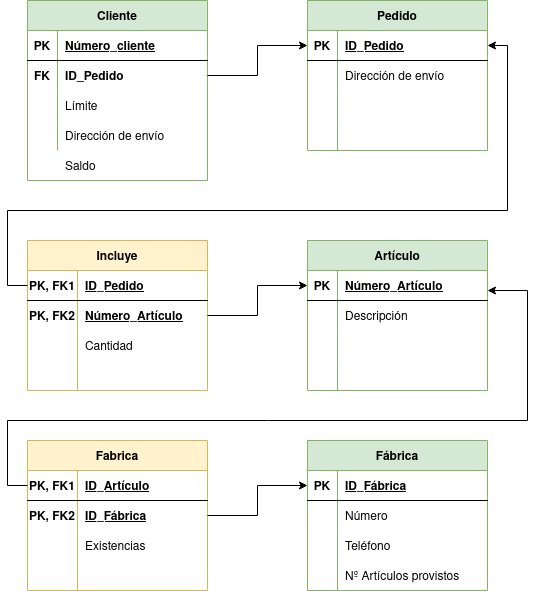
This is TAREAS/Tarea9/Ejercicio_Básico_MR_(3-11).drawio.png from samugd17/base-datos-bae-, a draw.io export, as it was before one commit. Source tidied: cells renumbered, new cells last; positions are measured from the earlier drawing's top-left corner, leaving out a move shared by most shapes.
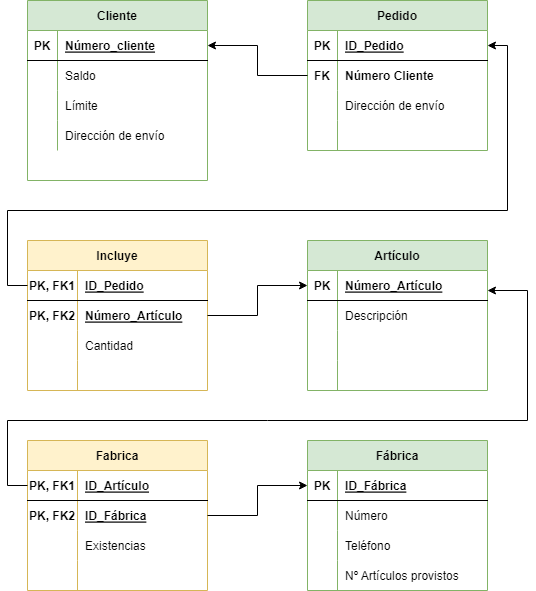
The same diagram one commit later.

Change to the diagram source:
```diff
@@ -17,10 +17,10 @@
     <mxCell id="6" style="shape=tableRow;horizontal=0;startSize=0;swimlaneHead=0;swimlaneBody=0;fillColor=none;points=[[0,0.5],[1,0.5]];portConstraint=eastwest;top=0;left=0;right=0;bottom=0;" parent="2" vertex="1">
       <mxGeometry y="60" width="180" height="30" as="geometry" />
     </mxCell>
-    <mxCell id="7" value="FK" style="shape=partialRectangle;fillColor=none;top=0;left=0;bottom=0;right=0;overflow=hidden;fontStyle=1;" parent="6" vertex="1">
+    <mxCell id="7" style="shape=partialRectangle;fillColor=none;top=0;left=0;bottom=0;right=0;overflow=hidden;fontStyle=1;" parent="6" vertex="1">
       <mxGeometry width="30" height="30" as="geometry" />
     </mxCell>
-    <mxCell id="8" value="ID_Pedido" style="shape=partialRectangle;fillColor=none;top=0;left=0;bottom=0;right=0;align=left;spacingLeft=6;overflow=hidden;fontStyle=1;" parent="6" vertex="1">
+    <mxCell id="8" value="Saldo" style="shape=partialRectangle;fillColor=none;top=0;left=0;bottom=0;right=0;align=left;spacingLeft=6;overflow=hidden;fontStyle=0;" parent="6" vertex="1">
       <mxGeometry x="30" width="150" height="30" as="geometry" />
     </mxCell>
     <mxCell id="9" style="shape=tableRow;horizontal=0;startSize=0;swimlaneHead=0;swimlaneBody=0;fillColor=none;top=0;left=0;right=0;bottom=0;" parent="2" vertex="1">
@@ -53,8 +53,17 @@
     <mxCell id="18" value="ID_Pedido" style="shape=partialRectangle;fillColor=none;top=0;left=0;bottom=0;right=0;align=left;spacingLeft=6;fontStyle=5;overflow=hidden;" parent="16" vertex="1">
       <mxGeometry x="30" width="150" height="30" as="geometry" />
     </mxCell>
+    <mxCell id="22" style="shape=tableRow;horizontal=0;startSize=0;swimlaneHead=0;swimlaneBody=0;fillColor=none;points=[[0,0.5],[1,0.5]];portConstraint=eastwest;top=0;left=0;right=0;bottom=0;" parent="15" vertex="1">
+      <mxGeometry y="60" width="180" height="30" as="geometry" />
+    </mxCell>
+    <mxCell id="23" value="FK" style="shape=partialRectangle;fillColor=none;top=0;left=0;bottom=0;right=0;overflow=hidden;fontStyle=1;" parent="22" vertex="1">
+      <mxGeometry width="30" height="30" as="geometry" />
+    </mxCell>
+    <mxCell id="24" value="Número Cliente" style="shape=partialRectangle;fillColor=none;top=0;left=0;bottom=0;right=0;align=left;spacingLeft=6;overflow=hidden;fontStyle=1;" parent="22" vertex="1">
+      <mxGeometry x="30" width="150" height="30" as="geometry" />
+    </mxCell>
     <mxCell id="19" style="shape=tableRow;horizontal=0;startSize=0;swimlaneHead=0;swimlaneBody=0;fillColor=none;top=0;left=0;right=0;bottom=0;" parent="15" vertex="1">
-      <mxGeometry y="60" width="180" height="30" as="geometry" />
+      <mxGeometry y="90" width="180" height="30" as="geometry" />
     </mxCell>
     <mxCell id="20" style="shape=partialRectangle;fillColor=none;top=0;left=0;bottom=0;right=0;overflow=hidden;" parent="19" vertex="1">
       <mxGeometry width="30" height="30" as="geometry" />
@@ -62,15 +71,6 @@
     <mxCell id="21" value="Dirección de envío" style="shape=partialRectangle;fillColor=none;top=0;left=0;bottom=0;right=0;align=left;spacingLeft=6;overflow=hidden;" parent="19" vertex="1">
       <mxGeometry x="30" width="150" height="30" as="geometry" />
     </mxCell>
-    <mxCell id="22" style="shape=tableRow;horizontal=0;startSize=0;swimlaneHead=0;swimlaneBody=0;fillColor=none;points=[[0,0.5],[1,0.5]];portConstraint=eastwest;top=0;left=0;right=0;bottom=0;" parent="15" vertex="1">
-      <mxGeometry y="90" width="180" height="30" as="geometry" />
-    </mxCell>
-    <mxCell id="23" style="shape=partialRectangle;fillColor=none;top=0;left=0;bottom=0;right=0;overflow=hidden;" parent="22" vertex="1">
-      <mxGeometry width="30" height="30" as="geometry" />
-    </mxCell>
-    <mxCell id="24" style="shape=partialRectangle;fillColor=none;top=0;left=0;bottom=0;right=0;align=left;spacingLeft=6;overflow=hidden;" parent="22" vertex="1">
-      <mxGeometry x="30" width="150" height="30" as="geometry" />
-    </mxCell>
     <mxCell id="25" style="shape=tableRow;horizontal=0;startSize=0;swimlaneHead=0;swimlaneBody=0;fillColor=none;top=0;left=0;right=0;bottom=0;" parent="15" vertex="1">
       <mxGeometry y="120" width="180" height="30" as="geometry" />
     </mxCell>
@@ -80,10 +80,7 @@
     <mxCell id="27" style="shape=partialRectangle;fillColor=none;top=0;left=0;bottom=0;right=0;align=left;spacingLeft=6;overflow=hidden;" parent="25" vertex="1">
       <mxGeometry x="30" width="150" height="30" as="geometry" />
     </mxCell>
-    <mxCell id="28" style="edgeStyle=orthogonalEdgeStyle;rounded=0;jettySize=auto;html=1;entryX=0;entryY=0.5;entryDx=0;entryDy=0;" parent="1" edge="1" source="6" target="16">
-      <mxGeometry relative="1" as="geometry" />
-    </mxCell>
-    <mxCell id="29" value="Saldo" style="shape=partialRectangle;fillColor=none;top=0;left=0;bottom=0;right=0;align=left;spacingLeft=6;overflow=hidden;" parent="1" vertex="1">
+    <mxCell id="29" style="shape=partialRectangle;fillColor=none;top=0;left=0;bottom=0;right=0;align=left;spacingLeft=6;overflow=hidden;" parent="1" vertex="1">
       <mxGeometry x="50" y="150" width="150" height="30" as="geometry" />
     </mxCell>
     <mxCell id="30" value="Artículo" style="shape=table;startSize=30;rowLines=0;fontStyle=1;align=center;fillColor=#d5e8d4;strokeColor=#82b366;" parent="1" vertex="1">
@@ -269,5 +266,8 @@
     <mxCell id="85" style="edgeStyle=orthogonalEdgeStyle;rounded=0;jettySize=auto;html=1;entryX=0;entryY=0.5;entryDx=0;entryDy=0;" parent="1" edge="1" source="60" target="70">
       <mxGeometry relative="1" as="geometry" />
     </mxCell>
+    <mxCell id="86" style="edgeStyle=orthogonalEdgeStyle;rounded=0;jettySize=auto;html=1;entryX=1;entryY=0.5;entryDx=0;entryDy=0;" parent="1" edge="1" source="22" target="3">
+      <mxGeometry relative="1" as="geometry" />
+    </mxCell>
   </root>
 </mxGraphModel>
```
